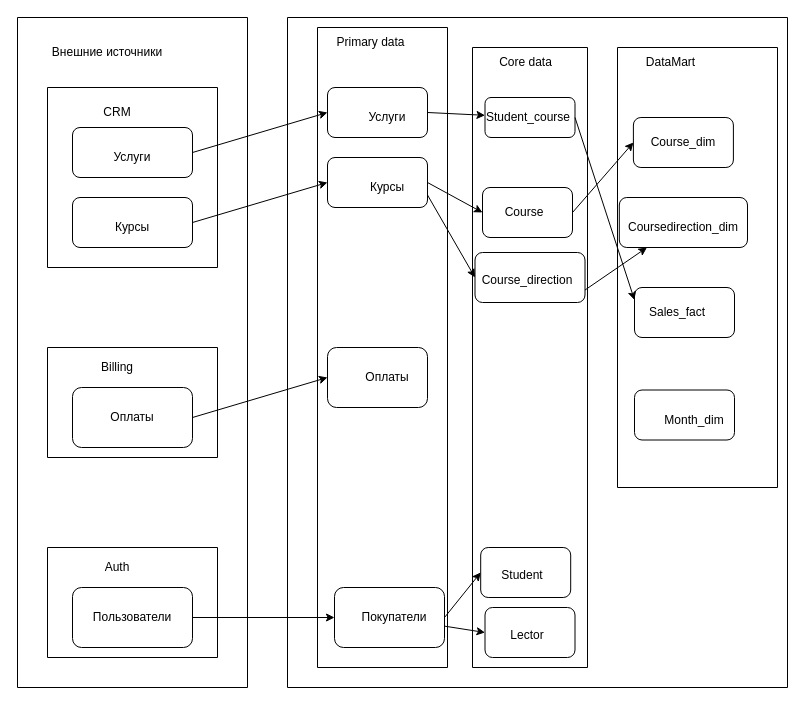
The draw.io diagram components/Final - ETL.drawio in vgnevyshev/dwh, before the edit. Source tidied: cells renumbered, new cells numbered last; positions are measured from the earlier drawing's top-left corner, leaving out a move shared by most shapes. Both pictures are drawn from the tidied source at 100%, with x=0, y=0 at pixel (17, 17).
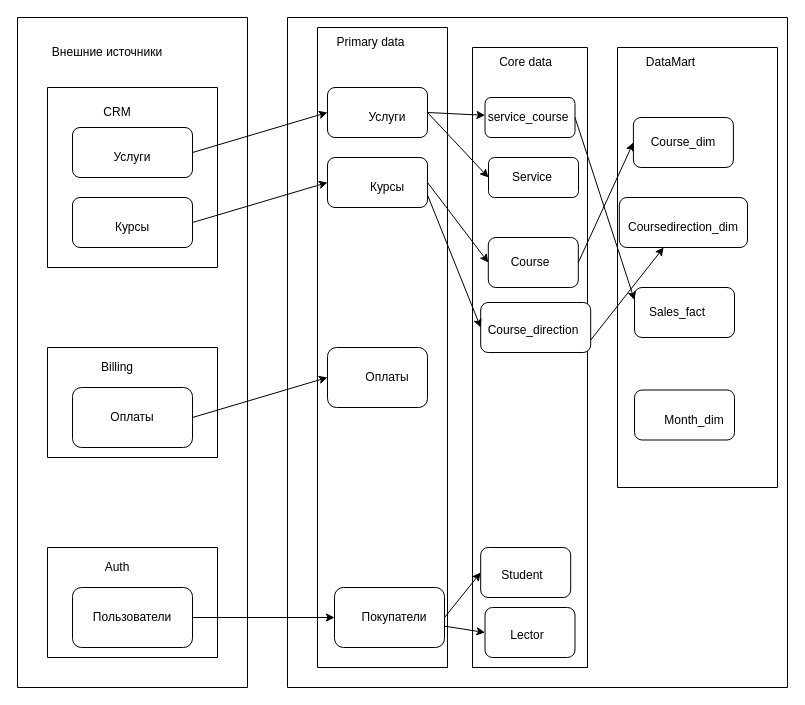
The same page after the edit.

Commit message:
добавление сущности

The change refers to these unchanged cells:
```xml
<mxCell id="18" style="swimlane;startSize=0;" parent="1" vertex="1">
  <mxGeometry x="270" width="500" height="670" as="geometry" />
</mxCell>
<mxCell id="21" style="rounded=1;whiteSpace=wrap;html=1;" parent="19" vertex="1">
  <mxGeometry x="10" y="60" width="100" height="50" as="geometry" />
</mxCell>
<mxCell id="29" style="swimlane;startSize=0;" parent="18" vertex="1">
  <mxGeometry x="185" y="30" width="115" height="620" as="geometry" />
</mxCell>
```

The edit, as a diff of the source:
```diff
@@
-    <mxCell id="32" value="Student_course" style="text;html=1;strokeColor=none;fillColor=none;align=center;verticalAlign=middle;whiteSpace=wrap;rounded=0;" parent="29" vertex="1">
+    <mxCell id="32" value="service_course" style="text;html=1;strokeColor=none;fillColor=none;align=center;verticalAlign=middle;whiteSpace=wrap;rounded=0;" parent="29" vertex="1">
       <mxGeometry x="28.2" y="57.5" width="56" height="25" as="geometry" />
     </mxCell>
     <mxCell id="33" style="rounded=1;whiteSpace=wrap;html=1;" parent="29" vertex="1">
-      <mxGeometry x="10" y="140" width="90" height="50" as="geometry" />
+      <mxGeometry x="15.8" y="190" width="90" height="50" as="geometry" />
     </mxCell>
     <mxCell id="34" value="Course" style="text;html=1;strokeColor=none;fillColor=none;align=center;verticalAlign=middle;whiteSpace=wrap;rounded=0;" parent="29" vertex="1">
-      <mxGeometry x="24" y="150" width="56" height="30" as="geometry" />
+      <mxGeometry x="29.8" y="200" width="56" height="30" as="geometry" />
     </mxCell>
     <mxCell id="35" style="rounded=1;whiteSpace=wrap;html=1;" parent="29" vertex="1">
-      <mxGeometry x="2.5" y="205" width="110" height="50" as="geometry" />
+      <mxGeometry x="8.2" y="255" width="110" height="50" as="geometry" />
     </mxCell>
     <mxCell id="36" value="Course_direction" style="text;html=1;strokeColor=none;fillColor=none;align=center;verticalAlign=middle;whiteSpace=wrap;rounded=0;" parent="29" vertex="1">
-      <mxGeometry x="27.2" y="220" width="56" height="25" as="geometry" />
+      <mxGeometry x="33" y="270" width="56" height="25" as="geometry" />
     </mxCell>
@@
+    <mxCell id="63" style="rounded=1;whiteSpace=wrap;html=1;" parent="29" vertex="1">
+      <mxGeometry x="16" y="110" width="90" height="40" as="geometry" />
+    </mxCell>
+    <mxCell id="64" value="Service" style="text;html=1;strokeColor=none;fillColor=none;align=center;verticalAlign=middle;whiteSpace=wrap;rounded=0;" parent="29" vertex="1">
+      <mxGeometry x="31.8" y="117.5" width="56" height="25" as="geometry" />
+    </mxCell>
@@
+    <mxCell id="65" style="endArrow=classic;html=1;rounded=0;entryX=0;entryY=0.5;entryDx=0;entryDy=0;exitX=1;exitY=0.5;exitDx=0;exitDy=0;" parent="18" edge="1" source="21" target="63">
+      <mxGeometry relative="1" as="geometry" />
+    </mxCell>
```
